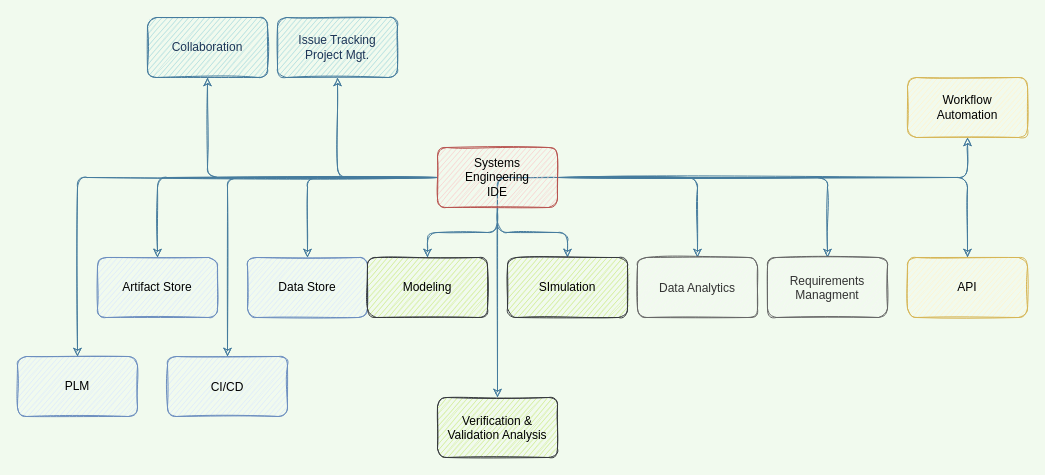
avianinc/jupyter_demos keeps this draw.io diagram as page "Systems IDE" (1 of 3) of Diagrams/CIDE_dev.dio. Above is the earlier version. Source tidied: cells renumbered, new cells numbered last; positions are measured from the earlier drawing's top-left corner, leaving out a move shared by most shapes. Both pictures are drawn from the tidied source at 100%, with x=0, y=0 at pixel (17, 17).
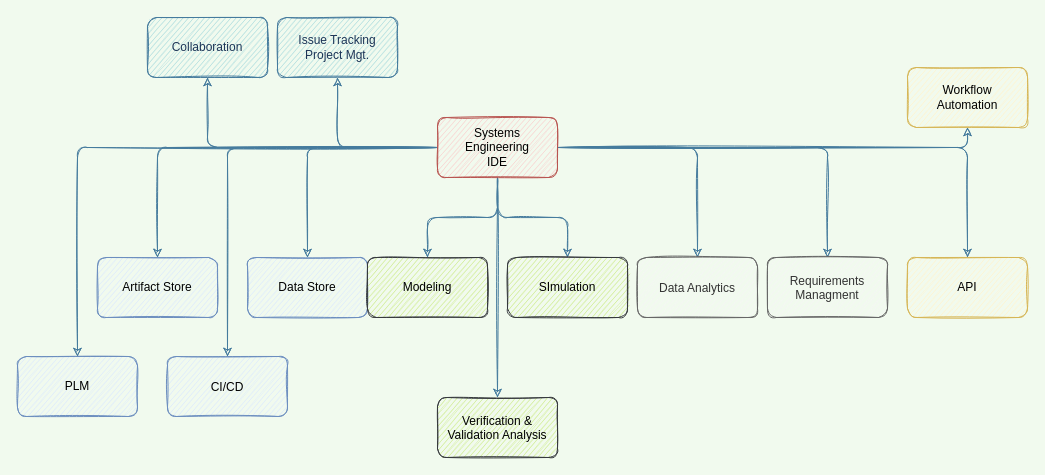
The same page after the edit.

Unchanged cells that the change refers to:
```xml
<mxCell id="24" value="Verification &amp; &#10;Validation Analysis" style="fillColor=#cdeb8b;strokeColor=#36393d;rounded=1;sketch=1;" parent="1" vertex="1">
  <mxGeometry x="420" y="380" width="120" height="60" as="geometry" />
</mxCell>
```

Change to the diagram source:
```diff
@@
-    <mxCell id="13" style="edgeStyle=orthogonalEdgeStyle;curved=0;rounded=1;sketch=1;jettySize=auto;exitX=1;exitY=0.5;exitDx=0;exitDy=0;entryX=0.5;entryY=0;entryDx=0;entryDy=0;fontColor=#1D3557;strokeColor=#457B9D;fillColor=#A8DADC;" parent="1" edge="1" source="15" target="24">
-      <mxGeometry relative="1" as="geometry">
-        <Array as="points">
-          <mxPoint x="480" y="160" />
-          <mxPoint x="480" y="380" />
-        </Array>
-      </mxGeometry>
+    <mxCell id="13" style="edgeStyle=orthogonalEdgeStyle;curved=0;rounded=1;sketch=1;jettySize=auto;exitX=0.5;exitY=1;exitDx=0;exitDy=0;entryX=0.5;entryY=0;entryDx=0;entryDy=0;fontColor=#1D3557;strokeColor=#457B9D;fillColor=#A8DADC;" parent="1" edge="1" source="15" target="24">
+      <mxGeometry relative="1" as="geometry" />
     </mxCell>
@@
     <mxCell id="15" value="Systems&lt;br&gt;Engineering &lt;br&gt;IDE" style="whiteSpace=wrap;html=1;fillColor=#f8cecc;strokeColor=#b85450;rounded=1;sketch=1;" parent="1" vertex="1">
-      <mxGeometry x="420" y="130" width="120" height="60" as="geometry" />
+      <mxGeometry x="420" y="100" width="120" height="60" as="geometry" />
     </mxCell>
@@
     <mxCell id="21" value="Workflow&lt;br&gt;Automation" style="whiteSpace=wrap;html=1;fillColor=#fff2cc;strokeColor=#d6b656;rounded=1;sketch=1;" parent="1" vertex="1">
-      <mxGeometry x="890" y="60" width="120" height="60" as="geometry" />
+      <mxGeometry x="890" y="50" width="120" height="60" as="geometry" />
     </mxCell>
```
